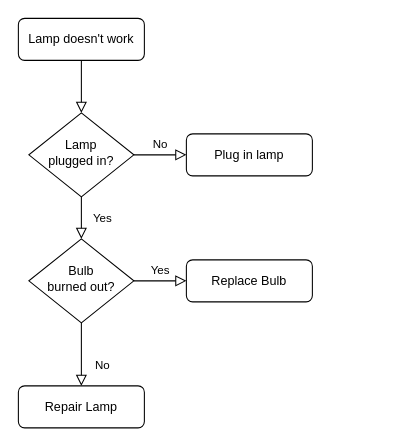
This is Diagram Tanpa Judul.drawio from Restioktapiani06/game2, a draw.io file, before an edit. Source tidied: cells renumbered, new cells numbered last; positions are measured from the earlier drawing's top-left corner, leaving out a move shared by most shapes. Both pictures are drawn from the tidied source at 105%, with x=0, y=0 at pixel (18, 18).
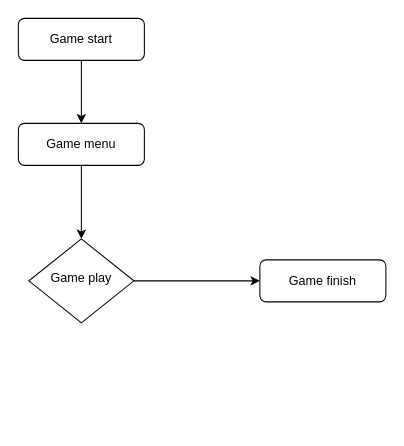
The same diagram, later.

The edit, as a diff of the source:
```diff
@@
 <mxGraphModel>
   <root>
     <mxCell id="0" />
     <mxCell id="1" parent="0" />
-    <mxCell id="2" style="rounded=0;html=1;jettySize=auto;fontSize=11;endArrow=block;endFill=0;endSize=8;strokeWidth=1;shadow=0;labelBackgroundColor=none;edgeStyle=orthogonalEdgeStyle;" parent="1" edge="1" source="3" target="6">
-      <mxGeometry relative="1" as="geometry" />
-    </mxCell>
-    <mxCell id="3" value="Lamp doesn't work" style="rounded=1;whiteSpace=wrap;html=1;fontSize=12;glass=0;strokeWidth=1;shadow=0;" parent="1" vertex="1">
+    <mxCell id="3" value="Game start" style="rounded=1;whiteSpace=wrap;html=1;fontSize=12;glass=0;strokeWidth=1;shadow=0;" parent="1" vertex="1">
       <mxGeometry width="120" height="40" as="geometry" />
     </mxCell>
-    <mxCell id="4" value="Yes" style="rounded=0;html=1;jettySize=auto;fontSize=11;endArrow=block;endFill=0;endSize=8;strokeWidth=1;shadow=0;labelBackgroundColor=none;edgeStyle=orthogonalEdgeStyle;" parent="1" edge="1" source="6" target="10">
-      <mxGeometry y="20" relative="1" as="geometry" />
-    </mxCell>
-    <mxCell id="5" value="No" style="edgeStyle=orthogonalEdgeStyle;rounded=0;html=1;jettySize=auto;fontSize=11;endArrow=block;endFill=0;endSize=8;strokeWidth=1;shadow=0;labelBackgroundColor=none;" parent="1" edge="1" source="6" target="7">
-      <mxGeometry y="10" relative="1" as="geometry" />
-    </mxCell>
-    <mxCell id="6" value="Lamp&lt;br&gt;plugged in?" style="rhombus;whiteSpace=wrap;html=1;shadow=0;fontFamily=Helvetica;fontSize=12;align=center;strokeWidth=1;spacing=6;spacingTop=-4;" parent="1" vertex="1">
-      <mxGeometry x="10" y="90" width="100" height="80" as="geometry" />
-    </mxCell>
-    <mxCell id="7" value="Plug in lamp" style="rounded=1;whiteSpace=wrap;html=1;fontSize=12;glass=0;strokeWidth=1;shadow=0;" parent="1" vertex="1">
-      <mxGeometry x="160" y="110" width="120" height="40" as="geometry" />
+    <mxCell id="7" value="Game menu" style="rounded=1;whiteSpace=wrap;html=1;fontSize=12;glass=0;strokeWidth=1;shadow=0;" parent="1" vertex="1">
+      <mxGeometry y="100" width="120" height="40" as="geometry" />
     </mxCell>
-    <mxCell id="8" value="No" style="rounded=0;html=1;jettySize=auto;fontSize=11;endArrow=block;endFill=0;endSize=8;strokeWidth=1;shadow=0;labelBackgroundColor=none;edgeStyle=orthogonalEdgeStyle;" parent="1" edge="1" source="10" target="11">
-      <mxGeometry x="0.33" y="20" relative="1" as="geometry" />
-    </mxCell>
+    <mxCell id="10" value="Game play" style="rhombus;whiteSpace=wrap;html=1;shadow=0;fontFamily=Helvetica;fontSize=12;align=center;strokeWidth=1;spacing=6;spacingTop=-4;" parent="1" vertex="1">
+      <mxGeometry x="10" y="210" width="100" height="80" as="geometry" />
+    </mxCell>
+    <mxCell id="12" value="Game finish" style="rounded=1;whiteSpace=wrap;html=1;fontSize=12;glass=0;strokeWidth=1;shadow=0;" parent="1" vertex="1">
+      <mxGeometry x="230" y="230" width="120" height="40" as="geometry" />
+    </mxCell>
+    <mxCell id="13" style="endArrow=classic;html=1;rounded=0;" parent="1" edge="1" source="7" target="10">
+      <mxGeometry relative="1" as="geometry" />
+    </mxCell>
+    <mxCell id="14" style="endArrow=classic;html=1;rounded=0;" parent="1" edge="1" source="3" target="7">
+      <mxGeometry relative="1" as="geometry" />
+    </mxCell>
-    <mxCell id="9" value="Yes" style="edgeStyle=orthogonalEdgeStyle;rounded=0;html=1;jettySize=auto;fontSize=11;endArrow=block;endFill=0;endSize=8;strokeWidth=1;shadow=0;labelBackgroundColor=none;" parent="1" edge="1" source="10" target="12">
-      <mxGeometry y="10" relative="1" as="geometry" />
+    <mxCell id="9" style="endArrow=classic;html=1;rounded=0;" parent="1" edge="1" source="10" target="12">
+      <mxGeometry relative="1" as="geometry" />
     </mxCell>
-    <mxCell id="10" value="Bulb&lt;br&gt;burned out?" style="rhombus;whiteSpace=wrap;html=1;shadow=0;fontFamily=Helvetica;fontSize=12;align=center;strokeWidth=1;spacing=6;spacingTop=-4;" parent="1" vertex="1">
-      <mxGeometry x="10" y="210" width="100" height="80" as="geometry" />
-    </mxCell>
-    <mxCell id="11" value="Repair Lamp" style="rounded=1;whiteSpace=wrap;html=1;fontSize=12;glass=0;strokeWidth=1;shadow=0;" parent="1" vertex="1">
-      <mxGeometry y="350" width="120" height="40" as="geometry" />
-    </mxCell>
-    <mxCell id="12" value="Replace Bulb" style="rounded=1;whiteSpace=wrap;html=1;fontSize=12;glass=0;strokeWidth=1;shadow=0;" parent="1" vertex="1">
-      <mxGeometry x="160" y="230" width="120" height="40" as="geometry" />
-    </mxCell>
   </root>
 </mxGraphModel>
```
